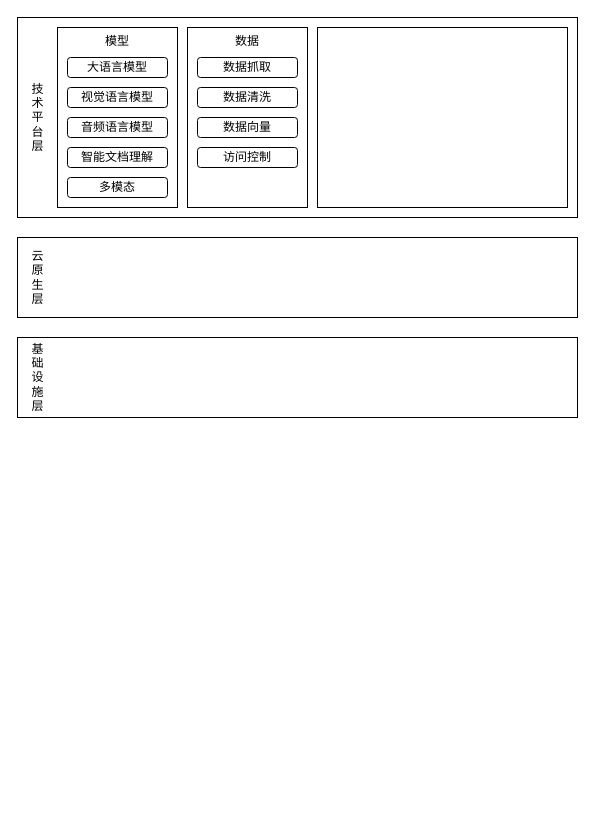
This is 大语言模型技术架构.drawio from blackdreamzg/bak, a draw.io file, before an edit. Source tidied: cells renumbered, new cells numbered last; positions are measured from the earlier drawing's top-left corner, leaving out a move shared by most shapes. Both pictures are drawn from the tidied source at 100%, with x=0, y=0 at pixel (17, 17).
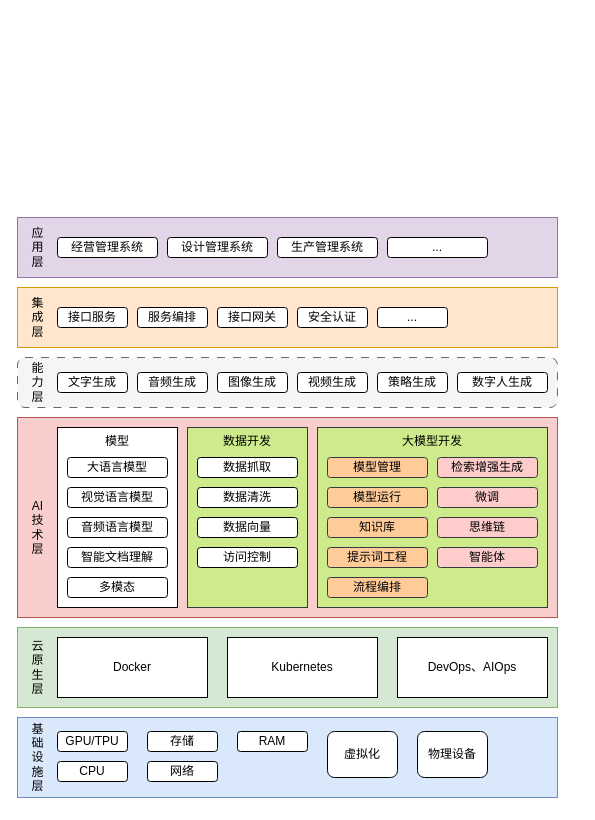
The same diagram, later.

Commit message (it also covers changes not shown here):
更新大语言模型技术架构.drawio

The edit, as a diff of the source:
```diff
@@
+    <mxCell id="20" style="group;" parent="1" vertex="1">
+      <mxGeometry y="200" width="540" height="585" as="geometry" />
+    </mxCell>
-    <mxCell id="2" style="rounded=0;whiteSpace=wrap;html=1;align=center;horizontal=0;verticalAlign=top;" parent="1" vertex="1">
-      <mxGeometry width="560" height="200" as="geometry" />
+    <mxCell id="2" style="rounded=0;whiteSpace=wrap;html=1;align=center;horizontal=0;verticalAlign=top;fillColor=#f8cecc;strokeColor=#b85450;" parent="20" vertex="1">
+      <mxGeometry y="200" width="540" height="200" as="geometry" />
     </mxCell>
-    <mxCell id="3" value="模型" style="rounded=0;whiteSpace=wrap;html=1;horizontal=1;verticalAlign=top;" parent="1" vertex="1">
-      <mxGeometry x="40" y="10" width="120" height="180" as="geometry" />
+    <mxCell id="3" value="模型" style="rounded=0;whiteSpace=wrap;html=1;horizontal=1;verticalAlign=top;" parent="20" vertex="1">
+      <mxGeometry x="40" y="210" width="120" height="180" as="geometry" />
     </mxCell>
-    <mxCell id="4" style="rounded=0;whiteSpace=wrap;html=1;align=center;horizontal=0;verticalAlign=top;" parent="1" vertex="1">
-      <mxGeometry y="220" width="560" height="80" as="geometry" />
+    <mxCell id="4" style="rounded=0;whiteSpace=wrap;html=1;align=center;horizontal=0;verticalAlign=top;fillColor=#d5e8d4;strokeColor=#82b366;" parent="20" vertex="1">
+      <mxGeometry y="410" width="540" height="80" as="geometry" />
     </mxCell>
-    <mxCell id="5" style="rounded=0;whiteSpace=wrap;html=1;align=center;horizontal=0;verticalAlign=top;" parent="1" vertex="1">
-      <mxGeometry y="320" width="560" height="80" as="geometry" />
+    <mxCell id="5" style="rounded=0;whiteSpace=wrap;html=1;align=center;horizontal=0;verticalAlign=top;fillColor=#dae8fc;strokeColor=#6c8ebf;" parent="20" vertex="1">
+      <mxGeometry y="500" width="540" height="80" as="geometry" />
     </mxCell>
-    <mxCell id="6" value="基&lt;div&gt;础&lt;/div&gt;&lt;div&gt;设&lt;/div&gt;&lt;div&gt;施&lt;/div&gt;&lt;div&gt;层&lt;/div&gt;" style="text;html=1;align=center;verticalAlign=middle;strokeColor=none;fillColor=none;" parent="1" vertex="1">
-      <mxGeometry y="315" width="40" height="90" as="geometry" />
+    <mxCell id="6" value="基&lt;div&gt;础&lt;/div&gt;&lt;div&gt;设&lt;/div&gt;&lt;div&gt;施&lt;/div&gt;&lt;div&gt;层&lt;/div&gt;" style="text;html=1;align=center;verticalAlign=middle;strokeColor=none;fillColor=none;" parent="20" vertex="1">
+      <mxGeometry y="495" width="40" height="90" as="geometry" />
     </mxCell>
-    <mxCell id="7" value="云&lt;div&gt;原&lt;/div&gt;&lt;div&gt;生&lt;br&gt;&lt;div&gt;层&lt;/div&gt;&lt;/div&gt;" style="text;html=1;align=center;verticalAlign=middle;strokeColor=none;fillColor=none;" parent="1" vertex="1">
-      <mxGeometry y="225" width="40" height="70" as="geometry" />
+    <mxCell id="7" value="云&lt;div&gt;原&lt;/div&gt;&lt;div&gt;生&lt;br&gt;&lt;div&gt;层&lt;/div&gt;&lt;/div&gt;" style="text;html=1;align=center;verticalAlign=middle;strokeColor=none;fillColor=none;" parent="20" vertex="1">
+      <mxGeometry y="415" width="40" height="70" as="geometry" />
     </mxCell>
-    <mxCell id="8" value="&lt;span style=&quot;background-color: transparent; color: light-dark(rgb(0, 0, 0), rgb(255, 255, 255));&quot;&gt;技&lt;/span&gt;&lt;div&gt;&lt;span style=&quot;background-color: transparent; color: light-dark(rgb(0, 0, 0), rgb(255, 255, 255));&quot;&gt;术&lt;/span&gt;&lt;/div&gt;&lt;div&gt;&lt;span style=&quot;background-color: transparent; color: light-dark(rgb(0, 0, 0), rgb(255, 255, 255));&quot;&gt;平&lt;/span&gt;&lt;div&gt;台&lt;br&gt;&lt;div&gt;&lt;div&gt;层&lt;/div&gt;&lt;/div&gt;&lt;/div&gt;&lt;/div&gt;" style="text;html=1;align=center;verticalAlign=middle;strokeColor=none;fillColor=none;" parent="1" vertex="1">
-      <mxGeometry y="55" width="40" height="90" as="geometry" />
+    <mxCell id="8" value="&lt;div&gt;AI&lt;/div&gt;&lt;div&gt;技&lt;/div&gt;&lt;div&gt;术&lt;/div&gt;&lt;div&gt;&lt;div&gt;&lt;div&gt;层&lt;/div&gt;&lt;/div&gt;&lt;/div&gt;" style="text;html=1;align=center;verticalAlign=middle;strokeColor=none;fillColor=none;" parent="20" vertex="1">
+      <mxGeometry y="275" width="40" height="70" as="geometry" />
     </mxCell>
-    <mxCell id="9" value="数据" style="rounded=0;whiteSpace=wrap;html=1;horizontal=1;verticalAlign=top;" parent="1" vertex="1">
-      <mxGeometry x="170" y="10" width="120" height="180" as="geometry" />
+    <mxCell id="9" value="数据开发" style="rounded=0;whiteSpace=wrap;html=1;horizontal=1;verticalAlign=top;fillColor=#cdeb8b;strokeColor=#36393d;" parent="20" vertex="1">
+      <mxGeometry x="170" y="210" width="120" height="180" as="geometry" />
     </mxCell>
-    <mxCell id="10" style="rounded=0;whiteSpace=wrap;html=1;horizontal=0;verticalAlign=top;" parent="1" vertex="1">
-      <mxGeometry x="300" y="10" width="250" height="180" as="geometry" />
+    <mxCell id="10" value="大模型开发" style="rounded=0;whiteSpace=wrap;html=1;horizontal=1;verticalAlign=top;fillColor=#cdeb8b;strokeColor=#36393d;" parent="20" vertex="1">
+      <mxGeometry x="300" y="210" width="230" height="180" as="geometry" />
     </mxCell>
-    <mxCell id="11" value="大语言模型" style="rounded=1;whiteSpace=wrap;html=1;" parent="1" vertex="1">
-      <mxGeometry x="50" y="40" width="100" height="20" as="geometry" />
+    <mxCell id="11" value="大语言模型" style="rounded=1;whiteSpace=wrap;html=1;" parent="20" vertex="1">
+      <mxGeometry x="50" y="240" width="100" height="20" as="geometry" />
     </mxCell>
-    <mxCell id="12" value="视觉语言模型" style="rounded=1;whiteSpace=wrap;html=1;" parent="1" vertex="1">
-      <mxGeometry x="50" y="70" width="100" height="20" as="geometry" />
+    <mxCell id="12" value="视觉语言模型" style="rounded=1;whiteSpace=wrap;html=1;" parent="20" vertex="1">
+      <mxGeometry x="50" y="270" width="100" height="20" as="geometry" />
     </mxCell>
-    <mxCell id="13" value="音频语言模型" style="rounded=1;whiteSpace=wrap;html=1;" parent="1" vertex="1">
-      <mxGeometry x="50" y="100" width="100" height="20" as="geometry" />
+    <mxCell id="13" value="音频语言模型" style="rounded=1;whiteSpace=wrap;html=1;" parent="20" vertex="1">
+      <mxGeometry x="50" y="300" width="100" height="20" as="geometry" />
     </mxCell>
-    <mxCell id="14" value="智能文档理解" style="rounded=1;whiteSpace=wrap;html=1;" parent="1" vertex="1">
-      <mxGeometry x="50" y="130" width="100" height="20" as="geometry" />
+    <mxCell id="14" value="智能文档理解" style="rounded=1;whiteSpace=wrap;html=1;" parent="20" vertex="1">
+      <mxGeometry x="50" y="330" width="100" height="20" as="geometry" />
     </mxCell>
-    <mxCell id="15" value="多模态" style="rounded=1;whiteSpace=wrap;html=1;" parent="1" vertex="1">
-      <mxGeometry x="50" y="160" width="100" height="20" as="geometry" />
+    <mxCell id="15" value="多模态" style="rounded=1;whiteSpace=wrap;html=1;" parent="20" vertex="1">
+      <mxGeometry x="50" y="360" width="100" height="20" as="geometry" />
     </mxCell>
-    <mxCell id="16" value="数据抓取" style="rounded=1;whiteSpace=wrap;html=1;" parent="1" vertex="1">
-      <mxGeometry x="180" y="40" width="100" height="20" as="geometry" />
+    <mxCell id="16" value="数据抓取" style="rounded=1;whiteSpace=wrap;html=1;" parent="20" vertex="1">
+      <mxGeometry x="180" y="240" width="100" height="20" as="geometry" />
     </mxCell>
-    <mxCell id="17" value="数据清洗" style="rounded=1;whiteSpace=wrap;html=1;" parent="1" vertex="1">
-      <mxGeometry x="180" y="70" width="100" height="20" as="geometry" />
+    <mxCell id="17" value="数据清洗" style="rounded=1;whiteSpace=wrap;html=1;" parent="20" vertex="1">
+      <mxGeometry x="180" y="270" width="100" height="20" as="geometry" />
     </mxCell>
-    <mxCell id="18" value="数据向量" style="rounded=1;whiteSpace=wrap;html=1;" parent="1" vertex="1">
-      <mxGeometry x="180" y="100" width="100" height="20" as="geometry" />
+    <mxCell id="18" value="数据向量" style="rounded=1;whiteSpace=wrap;html=1;" parent="20" vertex="1">
+      <mxGeometry x="180" y="300" width="100" height="20" as="geometry" />
     </mxCell>
-    <mxCell id="19" value="访问控制" style="rounded=1;whiteSpace=wrap;html=1;" parent="1" vertex="1">
-      <mxGeometry x="180" y="130" width="100" height="20" as="geometry" />
+    <mxCell id="19" value="访问控制" style="rounded=1;whiteSpace=wrap;html=1;" parent="20" vertex="1">
+      <mxGeometry x="180" y="330" width="100" height="20" as="geometry" />
     </mxCell>
+    <mxCell id="21" value="模型管理" style="rounded=1;whiteSpace=wrap;html=1;fillColor=#ffcc99;strokeColor=#36393d;" parent="20" vertex="1">
+      <mxGeometry x="310" y="240" width="100" height="20" as="geometry" />
+    </mxCell>
+    <mxCell id="22" value="检索增强生成" style="rounded=1;whiteSpace=wrap;html=1;fillColor=#ffcccc;strokeColor=#36393d;" parent="20" vertex="1">
+      <mxGeometry x="420" y="240" width="100" height="20" as="geometry" />
+    </mxCell>
+    <mxCell id="23" value="模型运行" style="rounded=1;whiteSpace=wrap;html=1;fillColor=#ffcc99;strokeColor=#36393d;" parent="20" vertex="1">
+      <mxGeometry x="310" y="270" width="100" height="20" as="geometry" />
+    </mxCell>
+    <mxCell id="24" value="知识库" style="rounded=1;whiteSpace=wrap;html=1;fillColor=#ffcc99;strokeColor=#36393d;" parent="20" vertex="1">
+      <mxGeometry x="310" y="300" width="100" height="20" as="geometry" />
+    </mxCell>
+    <mxCell id="25" value="提示词工程" style="rounded=1;whiteSpace=wrap;html=1;fillColor=#ffcc99;strokeColor=#36393d;" parent="20" vertex="1">
+      <mxGeometry x="310" y="330" width="100" height="20" as="geometry" />
+    </mxCell>
+    <mxCell id="26" value="微调" style="rounded=1;whiteSpace=wrap;html=1;fillColor=#ffcccc;strokeColor=#36393d;" parent="20" vertex="1">
+      <mxGeometry x="420" y="270" width="100" height="20" as="geometry" />
+    </mxCell>
+    <mxCell id="27" value="思维链" style="rounded=1;whiteSpace=wrap;html=1;fillColor=#ffcccc;strokeColor=#36393d;" parent="20" vertex="1">
+      <mxGeometry x="420" y="300" width="100" height="20" as="geometry" />
+    </mxCell>
+    <mxCell id="28" value="流程编排" style="rounded=1;whiteSpace=wrap;html=1;fillColor=#ffcc99;strokeColor=#36393d;" parent="20" vertex="1">
+      <mxGeometry x="310" y="360" width="100" height="20" as="geometry" />
+    </mxCell>
+    <mxCell id="29" value="智能体" style="rounded=1;whiteSpace=wrap;html=1;fillColor=#ffcccc;strokeColor=#36393d;" parent="20" vertex="1">
+      <mxGeometry x="420" y="330" width="100" height="20" as="geometry" />
+    </mxCell>
+    <mxCell id="30" value="Docker" style="rounded=0;whiteSpace=wrap;html=1;" parent="20" vertex="1">
+      <mxGeometry x="40" y="420" width="150" height="60" as="geometry" />
+    </mxCell>
+    <mxCell id="31" value="Kubernetes" style="rounded=0;whiteSpace=wrap;html=1;" parent="20" vertex="1">
+      <mxGeometry x="210" y="420" width="150" height="60" as="geometry" />
+    </mxCell>
+    <mxCell id="32" value="DevOps、AIOps" style="rounded=0;whiteSpace=wrap;html=1;" parent="20" vertex="1">
+      <mxGeometry x="380" y="420" width="150" height="60" as="geometry" />
+    </mxCell>
+    <mxCell id="33" style="rounded=1;whiteSpace=wrap;html=1;dashed=1;dashPattern=8 8;fillColor=#f5f5f5;fontColor=#333333;strokeColor=#666666;" parent="20" vertex="1">
+      <mxGeometry y="140" width="540" height="50" as="geometry" />
+    </mxCell>
+    <mxCell id="34" value="&lt;div&gt;&lt;div&gt;能&lt;/div&gt;&lt;div&gt;力&lt;/div&gt;&lt;div&gt;&lt;div&gt;&lt;div&gt;层&lt;/div&gt;&lt;/div&gt;&lt;/div&gt;&lt;/div&gt;" style="text;html=1;align=center;verticalAlign=middle;strokeColor=none;fillColor=none;" parent="20" vertex="1">
+      <mxGeometry y="135" width="40" height="60" as="geometry" />
+    </mxCell>
+    <mxCell id="35" value="文字生成" style="rounded=1;whiteSpace=wrap;html=1;verticalAlign=middle;" parent="20" vertex="1">
+      <mxGeometry x="40" y="155" width="70" height="20" as="geometry" />
+    </mxCell>
+    <mxCell id="36" value="音频生成" style="rounded=1;whiteSpace=wrap;html=1;verticalAlign=middle;" parent="20" vertex="1">
+      <mxGeometry x="120" y="155" width="70" height="20" as="geometry" />
+    </mxCell>
+    <mxCell id="37" value="图像生成" style="rounded=1;whiteSpace=wrap;html=1;verticalAlign=middle;" parent="20" vertex="1">
+      <mxGeometry x="200" y="155" width="70" height="20" as="geometry" />
+    </mxCell>
+    <mxCell id="38" value="视频生成" style="rounded=1;whiteSpace=wrap;html=1;verticalAlign=middle;" parent="20" vertex="1">
+      <mxGeometry x="280" y="155" width="70" height="20" as="geometry" />
+    </mxCell>
+    <mxCell id="39" value="策略生成" style="rounded=1;whiteSpace=wrap;html=1;verticalAlign=middle;" parent="20" vertex="1">
+      <mxGeometry x="360" y="155" width="70" height="20" as="geometry" />
+    </mxCell>
+    <mxCell id="40" value="数字人生成" style="rounded=1;whiteSpace=wrap;html=1;verticalAlign=middle;" parent="20" vertex="1">
+      <mxGeometry x="440" y="155" width="90" height="20" as="geometry" />
+    </mxCell>
+    <mxCell id="41" style="rounded=0;whiteSpace=wrap;html=1;fillColor=#ffe6cc;strokeColor=#d79b00;" parent="20" vertex="1">
+      <mxGeometry y="70" width="540" height="60" as="geometry" />
+    </mxCell>
+    <mxCell id="42" value="&lt;div&gt;集&lt;/div&gt;&lt;div&gt;成&lt;/div&gt;&lt;div&gt;&lt;div&gt;&lt;div&gt;层&lt;/div&gt;&lt;/div&gt;&lt;/div&gt;" style="text;html=1;align=center;verticalAlign=middle;strokeColor=none;fillColor=none;" parent="20" vertex="1">
+      <mxGeometry y="70" width="40" height="60" as="geometry" />
+    </mxCell>
+    <mxCell id="43" value="接口服务" style="rounded=1;whiteSpace=wrap;html=1;verticalAlign=middle;" parent="20" vertex="1">
+      <mxGeometry x="40" y="90" width="70" height="20" as="geometry" />
+    </mxCell>
+    <mxCell id="44" value="服务编排" style="rounded=1;whiteSpace=wrap;html=1;verticalAlign=middle;" parent="20" vertex="1">
+      <mxGeometry x="120" y="90" width="70" height="20" as="geometry" />
+    </mxCell>
+    <mxCell id="45" value="接口网关" style="rounded=1;whiteSpace=wrap;html=1;verticalAlign=middle;" parent="20" vertex="1">
+      <mxGeometry x="200" y="90" width="70" height="20" as="geometry" />
+    </mxCell>
+    <mxCell id="46" value="安全认证" style="rounded=1;whiteSpace=wrap;html=1;verticalAlign=middle;" parent="20" vertex="1">
+      <mxGeometry x="280" y="90" width="70" height="20" as="geometry" />
+    </mxCell>
+    <mxCell id="47" value="..." style="rounded=1;whiteSpace=wrap;html=1;verticalAlign=middle;" parent="20" vertex="1">
+      <mxGeometry x="360" y="90" width="70" height="20" as="geometry" />
+    </mxCell>
+    <mxCell id="48" style="rounded=0;whiteSpace=wrap;html=1;fillColor=#e1d5e7;strokeColor=#9673a6;" parent="20" vertex="1">
+      <mxGeometry width="540" height="60" as="geometry" />
+    </mxCell>
+    <mxCell id="49" value="&lt;div&gt;&lt;span style=&quot;background-color: transparent; color: light-dark(rgb(0, 0, 0), rgb(255, 255, 255));&quot;&gt;应&lt;/span&gt;&lt;/div&gt;&lt;div&gt;&lt;span style=&quot;background-color: transparent; color: light-dark(rgb(0, 0, 0), rgb(255, 255, 255));&quot;&gt;用&lt;/span&gt;&lt;/div&gt;&lt;div&gt;&lt;span style=&quot;background-color: transparent; color: light-dark(rgb(0, 0, 0), rgb(255, 255, 255));&quot;&gt;层&lt;/span&gt;&lt;/div&gt;" style="text;html=1;align=center;verticalAlign=middle;strokeColor=none;fillColor=none;" parent="20" vertex="1">
+      <mxGeometry width="40" height="60" as="geometry" />
+    </mxCell>
+    <mxCell id="50" value="经营管理系统" style="rounded=1;whiteSpace=wrap;html=1;verticalAlign=middle;" parent="20" vertex="1">
+      <mxGeometry x="40" y="20" width="100" height="20" as="geometry" />
+    </mxCell>
+    <mxCell id="51" value="设计管理系统" style="rounded=1;whiteSpace=wrap;html=1;verticalAlign=middle;" parent="20" vertex="1">
+      <mxGeometry x="150" y="20" width="100" height="20" as="geometry" />
+    </mxCell>
+    <mxCell id="52" value="生产管理系统" style="rounded=1;whiteSpace=wrap;html=1;verticalAlign=middle;" parent="20" vertex="1">
+      <mxGeometry x="260" y="20" width="100" height="20" as="geometry" />
+    </mxCell>
+    <mxCell id="53" value="..." style="rounded=1;whiteSpace=wrap;html=1;verticalAlign=middle;" parent="20" vertex="1">
+      <mxGeometry x="370" y="20" width="100" height="20" as="geometry" />
+    </mxCell>
+    <mxCell id="54" value="GPU/TPU" style="rounded=1;whiteSpace=wrap;html=1;verticalAlign=middle;" parent="20" vertex="1">
+      <mxGeometry x="40" y="514" width="70" height="20" as="geometry" />
+    </mxCell>
+    <mxCell id="55" value="CPU" style="rounded=1;whiteSpace=wrap;html=1;verticalAlign=middle;" parent="20" vertex="1">
+      <mxGeometry x="40" y="544" width="70" height="20" as="geometry" />
+    </mxCell>
+    <mxCell id="56" value="存储" style="rounded=1;whiteSpace=wrap;html=1;verticalAlign=middle;" parent="20" vertex="1">
+      <mxGeometry x="130" y="514" width="70" height="20" as="geometry" />
+    </mxCell>
+    <mxCell id="57" value="网络" style="rounded=1;whiteSpace=wrap;html=1;verticalAlign=middle;" parent="20" vertex="1">
+      <mxGeometry x="130" y="544" width="70" height="20" as="geometry" />
+    </mxCell>
+    <mxCell id="58" value="RAM" style="rounded=1;whiteSpace=wrap;html=1;verticalAlign=middle;" parent="20" vertex="1">
+      <mxGeometry x="220" y="514" width="70" height="20" as="geometry" />
+    </mxCell>
+    <mxCell id="59" value="虚拟化" style="rounded=1;whiteSpace=wrap;html=1;verticalAlign=middle;" parent="20" vertex="1">
+      <mxGeometry x="310" y="514" width="70" height="46" as="geometry" />
+    </mxCell>
+    <mxCell id="60" value="物理设备" style="rounded=1;whiteSpace=wrap;html=1;verticalAlign=middle;" parent="20" vertex="1">
+      <mxGeometry x="400" y="514" width="70" height="46" as="geometry" />
+    </mxCell>
```
